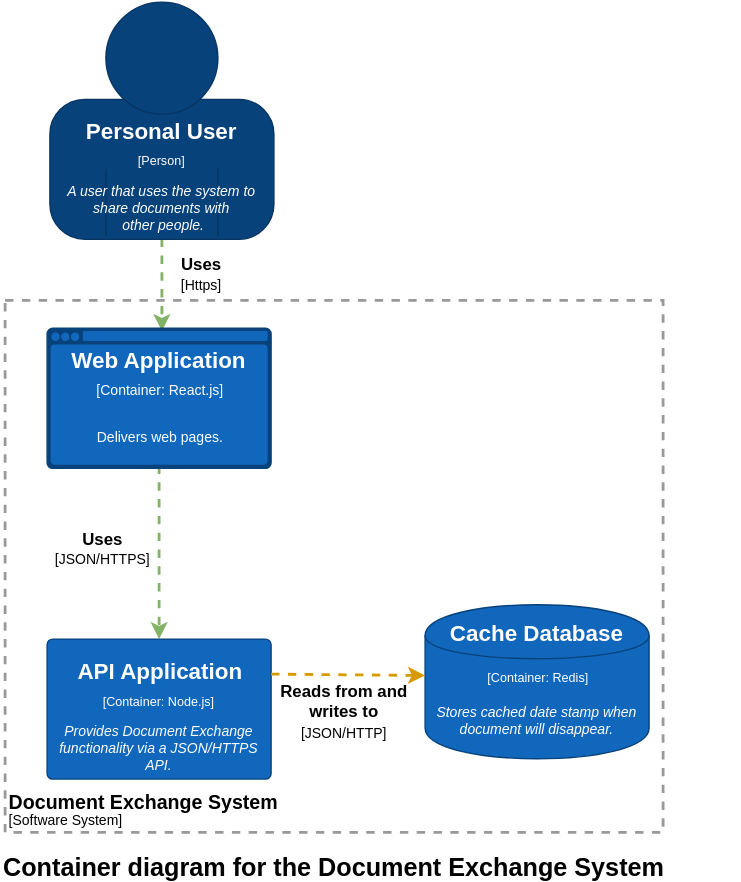
Above: Documentation/Architecture/Level2-Containers.svg in kkolodziejczak/PBAI (draw.io), before the change. Source tidied: cells renumbered, new cells last; positions are measured from the earlier drawing's top-left corner, leaving out a move shared by most shapes.
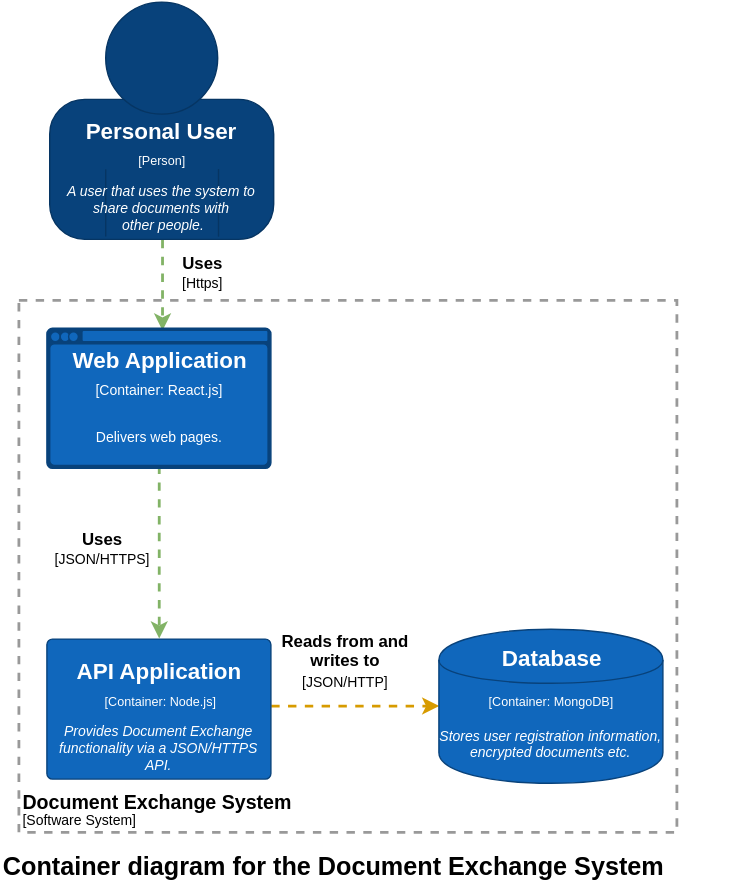
After the change.

The edit, as a diff of the source:
```diff
@@ -4,118 +4,129 @@
     <mxCell id="1" parent="0" />
-    <mxCell id="2" value="&lt;div style=&quot;text-align: left&quot;&gt;&lt;span&gt;Container diagram for the Document Exchange System&lt;/span&gt;&lt;/div&gt;" style="text;html=1;strokeColor=none;fillColor=none;align=left;verticalAlign=middle;whiteSpace=wrap;rounded=0;fontSize=18;fontStyle=1;" parent="1" vertex="1">
-      <mxGeometry y="609" width="528" height="20" as="geometry" />
+    <mxCell id="2" value="&lt;p style=&quot;line-height: 80%&quot;&gt;&lt;b&gt;Document Exchange System&lt;/b&gt;&lt;br&gt;&lt;font style=&quot;font-size: 10px ; font-weight: normal&quot;&gt;[Software System]&lt;/font&gt;&lt;br&gt;&lt;/p&gt;" style="rounded=0;whiteSpace=wrap;html=1;fillColor=none;fontSize=14;align=left;strokeWidth=2;strokeColor=#999999;verticalAlign=bottom;dashed=1;fontStyle=1;spacingBottom=-14;" parent="1" vertex="1">
+      <mxGeometry y="609" width="470" height="380" as="geometry" />
     </mxCell>
-    <mxCell id="3" style="endArrow=classic;html=1;strokeWidth=2;dashed=1;strokeColor=#82b366;fontSize=14;entryX=0.5;entryY=0;fillColor=#d5e8d4;rounded=0;exitX=0.5;exitY=1;" parent="1" edge="1" source="23" target="9">
-      <mxGeometry relative="1" as="geometry" />
+    <mxCell id="3" value="&lt;div style=&quot;text-align: left&quot;&gt;&lt;span&gt;Container diagram for the Document Exchange System&lt;/span&gt;&lt;/div&gt;" style="text;html=1;strokeColor=none;fillColor=none;align=left;verticalAlign=middle;whiteSpace=wrap;rounded=0;fontSize=18;fontStyle=1;" parent="1" vertex="1">
+      <mxGeometry x="-13" y="1004" width="528" height="20" as="geometry" />
     </mxCell>
-    <mxCell id="4" value="&lt;span&gt;&lt;b&gt;Uses&lt;/b&gt;&lt;br&gt;&lt;/span&gt;&lt;div&gt;&lt;font style=&quot;font-size: 10px&quot;&gt;[JSON/HTTPS]&lt;/font&gt;&lt;/div&gt;" style="text;html=1;align=center;verticalAlign=middle;labelBackgroundColor=#ffffff;" parent="3" vertex="1">
-      <mxGeometry x="0.44" y="-3" relative="1" as="geometry">
-        <mxPoint x="-38" y="-31" as="offset" />
-      </mxGeometry>
+    <mxCell id="4" style="endArrow=classic;html=1;strokeWidth=2;dashed=1;strokeColor=#82b366;fontSize=14;entryX=0.5;entryY=0;fillColor=#d5e8d4;rounded=0;exitX=0.5;exitY=1;" parent="1" edge="1" source="24" target="10">
+      <mxGeometry relative="1" as="geometry" />
     </mxCell>
-    <mxCell id="5" style="endArrow=classic;html=1;strokeWidth=2;dashed=1;strokeColor=#82b366;rounded=0;fontSize=14;exitX=0.5;exitY=1;fillColor=#d5e8d4;entryX=0.429;entryY=0.063;entryPerimeter=0;" parent="1" edge="1" source="28" target="20">
-      <mxGeometry relative="1" as="geometry" />
+    <mxCell id="5" value="&lt;span&gt;&lt;b&gt;Uses&lt;/b&gt;&lt;br&gt;&lt;/span&gt;&lt;div&gt;&lt;font style=&quot;font-size: 10px&quot;&gt;[JSON/HTTPS]&lt;/font&gt;&lt;/div&gt;" style="text;html=1;align=center;verticalAlign=middle;labelBackgroundColor=#ffffff;" parent="4" vertex="1">
+      <mxGeometry x="0.44" y="-3" relative="1" as="geometry">
+        <mxPoint x="-38" y="-31" as="offset" />
+      </mxGeometry>
     </mxCell>
-    <mxCell id="6" value="&lt;span&gt;&lt;b&gt;&lt;font style=&quot;font-size: 12px&quot;&gt;Uses&lt;/font&gt;&lt;/b&gt;&lt;/span&gt;&lt;span&gt;&lt;br&gt;&lt;/span&gt;&lt;div&gt;&lt;font style=&quot;font-size: 10px&quot;&gt;[Https]&lt;/font&gt;&lt;/div&gt;" style="text;html=1;align=center;verticalAlign=middle;labelBackgroundColor=#ffffff;" parent="5" vertex="1">
-      <mxGeometry x="0.44" y="-3" relative="1" as="geometry">
-        <mxPoint x="31" y="-24" as="offset" />
-      </mxGeometry>
+    <mxCell id="6" style="endArrow=classic;html=1;strokeWidth=2;dashed=1;strokeColor=#82b366;rounded=0;fontSize=14;exitX=0.5;exitY=1;fillColor=#d5e8d4;entryX=0.429;entryY=0.063;entryPerimeter=0;" parent="1" edge="1" source="29" target="21">
+      <mxGeometry relative="1" as="geometry" />
     </mxCell>
+    <mxCell id="44" value="&lt;span&gt;&lt;b&gt;&lt;font style=&quot;font-size: 12px&quot;&gt;Uses&lt;/font&gt;&lt;/b&gt;&lt;/span&gt;&lt;span&gt;&lt;br&gt;&lt;/span&gt;&lt;div&gt;&lt;font style=&quot;font-size: 10px&quot;&gt;[Https]&lt;/font&gt;&lt;/div&gt;" style="text;html=1;align=center;verticalAlign=middle;labelBackgroundColor=#ffffff;" parent="6" vertex="1">
+      <mxGeometry x="0.44" y="-3" relative="1" as="geometry">
+        <mxPoint x="31" y="-24" as="offset" />
+      </mxGeometry>
+    </mxCell>
+    <mxCell id="45" style="endArrow=classic;html=1;strokeWidth=2;dashed=1;strokeColor=#d79b00;rounded=0;fontSize=14;fontColor=#000000;entryX=0;entryY=0.75;exitX=1;exitY=0.75;fillColor=#ffe6cc;" parent="1" edge="1" source="12" target="49">
+      <mxGeometry relative="1" as="geometry" />
+    </mxCell>
-    <mxCell id="7" style="group;fillColor=#ffffff;strokeColor=none;absoluteArcSize=1;" parent="1" vertex="1">
-      <mxGeometry x="33" y="456" width="437" height="138" as="geometry" />
+    <mxCell id="7" value="&lt;span&gt;&lt;b&gt;&lt;font style=&quot;font-size: 12px&quot;&gt;Reads from and &lt;br&gt;writes to&lt;/font&gt;&lt;/b&gt;&lt;/span&gt;&lt;span&gt;&lt;br&gt;&lt;/span&gt;&lt;div&gt;&lt;font style=&quot;font-size: 10px&quot;&gt;[JSON/HTTP&lt;/font&gt;&lt;span style=&quot;font-size: 10px&quot;&gt;]&lt;/span&gt;&lt;/div&gt;" style="text;html=1;align=center;verticalAlign=middle;labelBackgroundColor=#ffffff;" parent="45" vertex="1">
+      <mxGeometry x="0.44" y="-3" relative="1" as="geometry">
+        <mxPoint x="-31.5" y="-36" as="offset" />
+      </mxGeometry>
     </mxCell>
-    <mxCell id="8" style="group;fillColor=none;" parent="7" vertex="1">
-      <mxGeometry width="160" height="100" as="geometry" />
+    <mxCell id="8" style="group;fillColor=#ffffff;strokeColor=none;absoluteArcSize=1;" parent="1" vertex="1">
+      <mxGeometry x="20" y="851" width="160" height="100" as="geometry" />
     </mxCell>
-    <mxCell id="9" style="rounded=1;whiteSpace=wrap;html=1;fillColor=#1067BC;strokeColor=#08427B;arcSize=4;" parent="8" vertex="1">
+    <mxCell id="9" style="group;fillColor=none;" parent="8" vertex="1">
       <mxGeometry width="160" height="100" as="geometry" />
     </mxCell>
-    <mxCell id="10" value="API Application" style="text;html=1;strokeColor=none;fillColor=none;align=center;verticalAlign=middle;whiteSpace=wrap;rounded=0;fontColor=#FFFFFF;fontStyle=1;fontSize=16;" parent="7" vertex="1">
-      <mxGeometry y="12" width="160" height="21" as="geometry" />
+    <mxCell id="10" style="rounded=1;whiteSpace=wrap;html=1;fillColor=#1067BC;strokeColor=#08427B;arcSize=4;" parent="9" vertex="1">
+      <mxGeometry width="160" height="100" as="geometry" />
     </mxCell>
-    <mxCell id="11" value="&lt;font style=&quot;font-size: 9px&quot;&gt;[&lt;span&gt;Container:&amp;nbsp;Node.js&lt;/span&gt;]&lt;/font&gt;&lt;br&gt;" style="text;html=1;strokeColor=none;fillColor=none;align=center;verticalAlign=middle;whiteSpace=wrap;rounded=0;fontSize=12;fontColor=#FFFFFF;" parent="7" vertex="1">
-      <mxGeometry y="32" width="160" height="21" as="geometry" />
+    <mxCell id="11" value="API Application" style="text;html=1;strokeColor=none;fillColor=none;align=center;verticalAlign=middle;whiteSpace=wrap;rounded=0;fontColor=#FFFFFF;fontStyle=1;fontSize=16;" parent="8" vertex="1">
+      <mxGeometry y="12" width="160" height="21" as="geometry" />
     </mxCell>
-    <mxCell id="12" value="&lt;i&gt;&lt;font&gt;Provides Document Exchange functionality via a JSON/HTTPS API.&lt;/font&gt;&lt;/i&gt;&lt;br&gt;" style="text;strokeColor=none;fillColor=none;align=center;verticalAlign=middle;whiteSpace=wrap;rounded=0;fontSize=10;fontColor=#FFFFFF;html=1;spacing=1;" parent="7" vertex="1">
-      <mxGeometry y="58" width="160" height="40" as="geometry" />
+    <mxCell id="12" value="&lt;font style=&quot;font-size: 9px&quot;&gt;[&lt;span&gt;Container:&amp;nbsp;Node.js&lt;/span&gt;]&lt;/font&gt;&lt;br&gt;" style="text;html=1;strokeColor=none;fillColor=none;align=center;verticalAlign=middle;whiteSpace=wrap;rounded=0;fontSize=12;fontColor=#FFFFFF;" parent="8" vertex="1">
+      <mxGeometry y="32" width="160" height="21" as="geometry" />
     </mxCell>
-    <mxCell id="13" style="group;" parent="1" vertex="1">
-      <mxGeometry x="33" y="234" width="160" height="100" as="geometry" />
+    <mxCell id="13" value="&lt;i&gt;&lt;font&gt;Provides Document Exchange functionality via a JSON/HTTPS API.&lt;/font&gt;&lt;/i&gt;&lt;br&gt;" style="text;strokeColor=none;fillColor=none;align=center;verticalAlign=middle;whiteSpace=wrap;rounded=0;fontSize=10;fontColor=#FFFFFF;html=1;spacing=1;" parent="8" vertex="1">
+      <mxGeometry y="58" width="160" height="40" as="geometry" />
     </mxCell>
-    <mxCell id="14" style="group;fillColor=none;" parent="13" vertex="1">
-      <mxGeometry width="160" height="100" as="geometry" />
+    <mxCell id="14" style="group;" parent="1" vertex="1">
+      <mxGeometry x="20" y="629" width="160" height="100" as="geometry" />
     </mxCell>
-    <mxCell id="15" style="rounded=1;whiteSpace=wrap;html=1;fillColor=#08427B;strokeColor=#08427B;arcSize=4;" parent="14" vertex="1">
+    <mxCell id="15" style="group;fillColor=none;" parent="14" vertex="1">
       <mxGeometry width="160" height="100" as="geometry" />
     </mxCell>
-    <mxCell id="16" style="rounded=1;whiteSpace=wrap;html=1;strokeColor=#08427B;fillColor=#1067BC;align=center;arcSize=4;" parent="13" vertex="1">
-      <mxGeometry x="2" y="11" width="156" height="87" as="geometry" />
+    <mxCell id="16" style="rounded=1;whiteSpace=wrap;html=1;fillColor=#08427B;strokeColor=#08427B;arcSize=4;" parent="15" vertex="1">
+      <mxGeometry width="160" height="100" as="geometry" />
     </mxCell>
-    <mxCell id="17" style="ellipse;strokeColor=#08427B;fillColor=#1067BC;align=center;noLabel=0;fontColor=none;" parent="13" vertex="1">
-      <mxGeometry x="2" y="2" width="7" height="7" as="geometry" />
+    <mxCell id="17" style="rounded=1;whiteSpace=wrap;html=1;strokeColor=#08427B;fillColor=#1067BC;align=center;arcSize=4;" parent="14" vertex="1">
+      <mxGeometry x="2" y="11" width="156" height="87" as="geometry" />
     </mxCell>
-    <mxCell id="18" style="ellipse;whiteSpace=wrap;html=1;strokeColor=#08427B;fillColor=#1067BC;align=center;" parent="13" vertex="1">
-      <mxGeometry x="9" y="2" width="7" height="7" as="geometry" />
+    <mxCell id="18" style="ellipse;strokeColor=#08427B;fillColor=#1067BC;align=center;noLabel=0;fontColor=none;" parent="14" vertex="1">
+      <mxGeometry x="2" y="2" width="7" height="7" as="geometry" />
     </mxCell>
-    <mxCell id="19" style="ellipse;whiteSpace=wrap;html=1;strokeColor=#08427B;fillColor=#1067BC;align=center;" parent="13" vertex="1">
-      <mxGeometry x="16" y="2" width="7" height="7" as="geometry" />
+    <mxCell id="19" style="ellipse;whiteSpace=wrap;html=1;strokeColor=#08427B;fillColor=#1067BC;align=center;" parent="14" vertex="1">
+      <mxGeometry x="9" y="2" width="7" height="7" as="geometry" />
     </mxCell>
-    <mxCell id="20" style="rounded=1;whiteSpace=wrap;html=1;strokeColor=#08427B;fillColor=#1067BC;align=center;" parent="13" vertex="1">
-      <mxGeometry x="25" y="1.5" width="133" height="8" as="geometry" />
+    <mxCell id="20" style="ellipse;whiteSpace=wrap;html=1;strokeColor=#08427B;fillColor=#1067BC;align=center;" parent="14" vertex="1">
+      <mxGeometry x="16" y="2" width="7" height="7" as="geometry" />
     </mxCell>
-    <mxCell id="21" value="Web Application" style="text;html=1;strokeColor=none;fillColor=none;align=center;verticalAlign=middle;whiteSpace=wrap;rounded=0;fontColor=#FFFFFF;fontStyle=1;fontSize=16;" parent="13" vertex="1">
-      <mxGeometry y="12" width="160" height="21" as="geometry" />
+    <mxCell id="21" style="rounded=1;whiteSpace=wrap;html=1;strokeColor=#08427B;fillColor=#1067BC;align=center;" parent="14" vertex="1">
+      <mxGeometry x="25" y="1.5" width="133" height="8" as="geometry" />
     </mxCell>
-    <mxCell id="22" value="&lt;font style=&quot;font-size: 10px&quot;&gt;[Container: React.js]&lt;/font&gt;&lt;br&gt;" style="text;html=1;strokeColor=none;fillColor=none;align=center;verticalAlign=middle;whiteSpace=wrap;rounded=0;fontSize=12;fontColor=#FFFFFF;" parent="13" vertex="1">
-      <mxGeometry y="32" width="160" height="21" as="geometry" />
+    <mxCell id="22" value="Web Application" style="text;html=1;strokeColor=none;fillColor=none;align=center;verticalAlign=middle;whiteSpace=wrap;rounded=0;fontColor=#FFFFFF;fontStyle=1;fontSize=16;" parent="14" vertex="1">
+      <mxGeometry y="12" width="160" height="21" as="geometry" />
     </mxCell>
-    <mxCell id="23" value="Delivers web pages." style="text;strokeColor=none;fillColor=none;align=center;verticalAlign=middle;whiteSpace=wrap;rounded=0;fontSize=10;fontColor=#FFFFFF;html=1;spacing=1;" parent="13" vertex="1">
-      <mxGeometry y="58" width="160" height="40" as="geometry" />
+    <mxCell id="23" value="&lt;font style=&quot;font-size: 10px&quot;&gt;[Container: React.js]&lt;/font&gt;&lt;br&gt;" style="text;html=1;strokeColor=none;fillColor=none;align=center;verticalAlign=middle;whiteSpace=wrap;rounded=0;fontSize=12;fontColor=#FFFFFF;" parent="14" vertex="1">
+      <mxGeometry y="32" width="160" height="21" as="geometry" />
     </mxCell>
-    <mxCell id="24" style="group;" parent="1" vertex="1">
-      <mxGeometry x="35" y="0.5" width="160" height="170" as="geometry" />
+    <mxCell id="24" value="Delivers web pages." style="text;strokeColor=none;fillColor=none;align=center;verticalAlign=middle;whiteSpace=wrap;rounded=0;fontSize=10;fontColor=#FFFFFF;html=1;spacing=1;" parent="14" vertex="1">
+      <mxGeometry y="58" width="160" height="40" as="geometry" />
     </mxCell>
-    <mxCell id="25" style="group;" parent="24" vertex="1">
-      <mxGeometry width="160" height="170" as="geometry" />
+    <mxCell id="25" style="group;" parent="1" vertex="1">
+      <mxGeometry x="22" y="395.5" width="160" height="170" as="geometry" />
     </mxCell>
-    <mxCell id="26" style="group;fillColor=#ffffff;strokeColor=none;absoluteArcSize=1;" parent="25" vertex="1">
-      <mxGeometry y="70" width="160" height="100" as="geometry" />
+    <mxCell id="26" style="group;" parent="25" vertex="1">
+      <mxGeometry width="160" height="170" as="geometry" />
     </mxCell>
-    <mxCell id="27" style="group;fillColor=none;" parent="26" vertex="1">
-      <mxGeometry width="160" height="100" as="geometry" />
+    <mxCell id="27" style="group;fillColor=#ffffff;strokeColor=none;absoluteArcSize=1;" parent="26" vertex="1">
+      <mxGeometry y="70" width="160" height="100" as="geometry" />
     </mxCell>
-    <mxCell id="28" style="rounded=1;whiteSpace=wrap;html=1;fillColor=#08427B;strokeColor=#063563;arcSize=25;" parent="27" vertex="1">
+    <mxCell id="28" style="group;fillColor=none;" parent="27" vertex="1">
       <mxGeometry width="160" height="100" as="geometry" />
     </mxCell>
-    <mxCell id="29" style="endArrow=none;html=1;strokeColor=#063563;" parent="26" edge="1">
-      <mxGeometry relative="1" as="geometry">
-        <mxPoint x="40" y="50" as="sourcePoint" />
-        <mxPoint x="40" y="98" as="targetPoint" />
-      </mxGeometry>
+    <mxCell id="29" style="rounded=1;whiteSpace=wrap;html=1;fillColor=#08427B;strokeColor=#063563;arcSize=25;" parent="28" vertex="1">
+      <mxGeometry width="160" height="100" as="geometry" />
     </mxCell>
-    <mxCell id="30" style="edgeStyle=orthogonalEdgeStyle;html=1;entryX=0.75;entryY=1;jettySize=auto;strokeColor=#063563;curved=1;endArrow=none;endFill=0;" parent="26" edge="1" target="31">
+    <mxCell id="30" style="endArrow=none;html=1;strokeColor=#063563;" parent="27" edge="1">
       <mxGeometry relative="1" as="geometry">
-        <mxPoint x="120" y="50" as="sourcePoint" />
-        <Array as="points">
-          <mxPoint x="120" y="70" />
-          <mxPoint x="120" y="70" />
-        </Array>
+        <mxPoint x="40" y="50" as="sourcePoint" />
+        <mxPoint x="40" y="98" as="targetPoint" />
       </mxGeometry>
     </mxCell>
-    <mxCell id="31" value="&lt;i&gt;A user that uses the system to share documents&amp;nbsp;with&lt;br&gt;&amp;nbsp;other people.&lt;/i&gt;&lt;br&gt;" style="text;strokeColor=none;fillColor=none;align=center;verticalAlign=middle;whiteSpace=wrap;rounded=0;fontSize=10;fontColor=#FFFFFF;html=1;spacing=1;" parent="26" vertex="1">
-      <mxGeometry y="58" width="160" height="40" as="geometry" />
+    <mxCell id="31" style="edgeStyle=orthogonalEdgeStyle;html=1;entryX=0.75;entryY=1;jettySize=auto;strokeColor=#063563;curved=1;endArrow=none;endFill=0;" parent="27" edge="1" target="32">
+      <mxGeometry relative="1" as="geometry">
+        <mxPoint x="120" y="50" as="sourcePoint" />
+        <Array as="points">
+          <mxPoint x="120" y="70" />
+          <mxPoint x="120" y="70" />
+        </Array>
+      </mxGeometry>
     </mxCell>
-    <mxCell id="32" value="&lt;font style=&quot;font-size: 9px&quot;&gt;[Person]&lt;/font&gt;&lt;br&gt;" style="text;html=1;strokeColor=none;fillColor=none;align=center;verticalAlign=middle;whiteSpace=wrap;rounded=0;fontSize=12;fontColor=#FFFFFF;" parent="26" vertex="1">
-      <mxGeometry y="32" width="160" height="21" as="geometry" />
+    <mxCell id="32" value="&lt;i&gt;A user that uses the system to share documents&amp;nbsp;with&lt;br&gt;&amp;nbsp;other people.&lt;/i&gt;&lt;br&gt;" style="text;strokeColor=none;fillColor=none;align=center;verticalAlign=middle;whiteSpace=wrap;rounded=0;fontSize=10;fontColor=#FFFFFF;html=1;spacing=1;" parent="27" vertex="1">
+      <mxGeometry y="58" width="160" height="40" as="geometry" />
     </mxCell>
-    <mxCell id="33" value="Personal User" style="text;html=1;strokeColor=none;fillColor=none;align=center;verticalAlign=middle;whiteSpace=wrap;rounded=0;fontColor=#FFFFFF;fontStyle=1;fontSize=16;" parent="26" vertex="1">
-      <mxGeometry y="12" width="160" height="21" as="geometry" />
+    <mxCell id="33" value="&lt;font style=&quot;font-size: 9px&quot;&gt;[Person]&lt;/font&gt;&lt;br&gt;" style="text;html=1;strokeColor=none;fillColor=none;align=center;verticalAlign=middle;whiteSpace=wrap;rounded=0;fontSize=12;fontColor=#FFFFFF;" parent="27" vertex="1">
+      <mxGeometry y="32" width="160" height="21" as="geometry" />
     </mxCell>
-    <mxCell id="34" style="ellipse;whiteSpace=wrap;html=1;strokeColor=#063563;fillColor=#08427B;gradientColor=none;" parent="25" vertex="1">
-      <mxGeometry x="40" width="80" height="80" as="geometry" />
+    <mxCell id="34" value="Personal User" style="text;html=1;strokeColor=none;fillColor=none;align=center;verticalAlign=middle;whiteSpace=wrap;rounded=0;fontColor=#FFFFFF;fontStyle=1;fontSize=16;" parent="27" vertex="1">
+      <mxGeometry y="12" width="160" height="21" as="geometry" />
     </mxCell>
-    <mxCell id="35" style="group;" parent="1" vertex="1">
-      <mxGeometry x="303" y="431.5" width="160" height="110" as="geometry" />
-    </mxCell>
+    <mxCell id="46" style="ellipse;whiteSpace=wrap;html=1;strokeColor=#063563;fillColor=#08427B;gradientColor=none;" parent="26" vertex="1">
+      <mxGeometry x="40" width="80" height="80" as="geometry" />
+    </mxCell>
+    <mxCell id="47" style="group;" parent="1" vertex="1">
+      <mxGeometry x="300" y="844" width="160" height="110" as="geometry" />
+    </mxCell>
-    <mxCell id="36" style="group;" parent="35" vertex="1">
+    <mxCell id="36" style="group;" parent="47" vertex="1">
       <mxGeometry width="160" height="110" as="geometry" />
@@ -125,22 +136,11 @@
     </mxCell>
-    <mxCell id="38" value="&lt;i&gt;Stores cached date stamp when document will disappear.&lt;/i&gt;&lt;br&gt;" style="text;strokeColor=none;fillColor=none;align=center;verticalAlign=middle;whiteSpace=wrap;rounded=0;fontSize=10;fontColor=#FFFFFF;html=1;spacing=1;" parent="36" vertex="1">
-      <mxGeometry y="62.5" width="160" height="40" as="geometry" />
-    </mxCell>
-    <mxCell id="39" value="&lt;font style=&quot;font-size: 9px&quot;&gt;[Container: Redis]&lt;/font&gt;&lt;br&gt;" style="text;html=1;strokeColor=none;fillColor=none;align=center;verticalAlign=middle;whiteSpace=wrap;rounded=0;fontSize=12;fontColor=#FFFFFF;" parent="36" vertex="1">
-      <mxGeometry y="40" width="160" height="20" as="geometry" />
-    </mxCell>
-    <mxCell id="40" value="Cache Database" style="text;html=1;strokeColor=none;fillColor=none;align=center;verticalAlign=middle;whiteSpace=wrap;rounded=0;fontColor=#FFFFFF;fontStyle=1;fontSize=16;" parent="36" vertex="1">
-      <mxGeometry width="160" height="40" as="geometry" />
-    </mxCell>
-    <mxCell id="41" style="endArrow=classic;html=1;strokeWidth=2;dashed=1;strokeColor=#d79b00;rounded=0;fontSize=14;fontColor=#000000;entryX=0;entryY=0.5;exitX=1;exitY=0.25;fillColor=#ffe6cc;" parent="1" edge="1" source="9" target="39">
-      <mxGeometry relative="1" as="geometry" />
-    </mxCell>
-    <mxCell id="42" value="&lt;span&gt;&lt;b&gt;&lt;font style=&quot;font-size: 12px&quot;&gt;Reads from and &lt;br&gt;writes to&lt;/font&gt;&lt;/b&gt;&lt;/span&gt;&lt;span&gt;&lt;br&gt;&lt;/span&gt;&lt;div&gt;&lt;font style=&quot;font-size: 10px&quot;&gt;[JSON/HTTP&lt;/font&gt;&lt;span style=&quot;font-size: 10px&quot;&gt;]&lt;/span&gt;&lt;/div&gt;" style="text;html=1;align=center;verticalAlign=middle;labelBackgroundColor=#ffffff;" parent="41" vertex="1">
-      <mxGeometry x="0.44" y="-3" relative="1" as="geometry">
-        <mxPoint x="-25.5" y="21.5" as="offset" />
-      </mxGeometry>
-    </mxCell>
-    <mxCell id="43" value="&lt;p style=&quot;line-height: 80%&quot;&gt;&lt;b&gt;Document Exchange System&lt;/b&gt;&lt;br&gt;&lt;font style=&quot;font-size: 10px ; font-weight: normal&quot;&gt;[Software System]&lt;/font&gt;&lt;br&gt;&lt;/p&gt;" style="rounded=0;whiteSpace=wrap;html=1;fillColor=none;fontSize=14;align=left;strokeWidth=2;strokeColor=#999999;verticalAlign=bottom;dashed=1;fontStyle=1;spacingBottom=-14;" parent="1" vertex="1">
-      <mxGeometry x="3" y="214" width="470" height="380" as="geometry" />
-    </mxCell>
+    <mxCell id="48" value="&lt;i&gt;Stores user registration information, encrypted documents etc.&lt;/i&gt;&lt;br&gt;" style="text;strokeColor=none;fillColor=none;align=center;verticalAlign=middle;whiteSpace=wrap;rounded=0;fontSize=10;fontColor=#FFFFFF;html=1;spacing=1;" parent="36" vertex="1">
+      <mxGeometry y="62.5" width="160" height="40" as="geometry" />
+    </mxCell>
+    <mxCell id="49" value="&lt;font style=&quot;font-size: 9px&quot;&gt;[Container: MongoDB]&lt;/font&gt;&lt;br&gt;" style="text;html=1;strokeColor=none;fillColor=none;align=center;verticalAlign=middle;whiteSpace=wrap;rounded=0;fontSize=12;fontColor=#FFFFFF;" parent="36" vertex="1">
+      <mxGeometry y="40" width="160" height="20" as="geometry" />
+    </mxCell>
+    <mxCell id="35" value="Database" style="text;html=1;strokeColor=none;fillColor=none;align=center;verticalAlign=middle;whiteSpace=wrap;rounded=0;fontColor=#FFFFFF;fontStyle=1;fontSize=16;" parent="36" vertex="1">
+      <mxGeometry width="160" height="40" as="geometry" />
+    </mxCell>
   </root>
```
